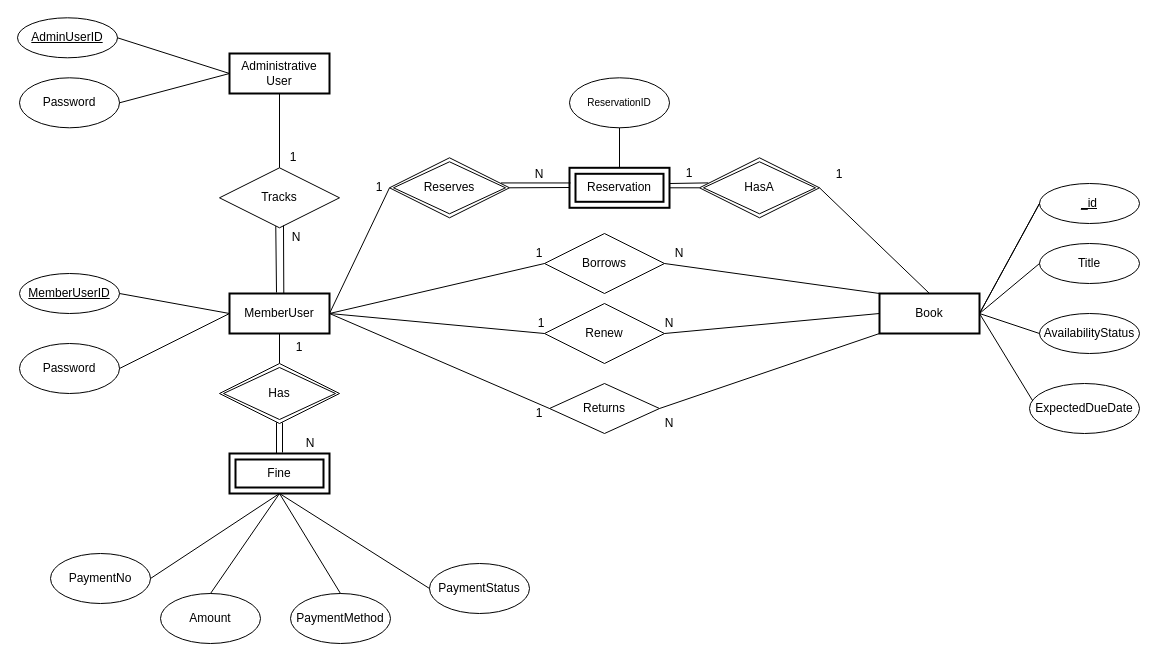
This is page "page3 (edited)" (2 of 5) of Untitled Diagram.drawio from kevinmingtarja/bt2102-ILS, a draw.io file, before an edit. Source tidied: cells renumbered, new cells numbered last; positions are measured from the earlier drawing's top-left corner, leaving out a move shared by most shapes. Both pictures are drawn from the tidied source at 100%, with x=0, y=0 at pixel (17, 17).
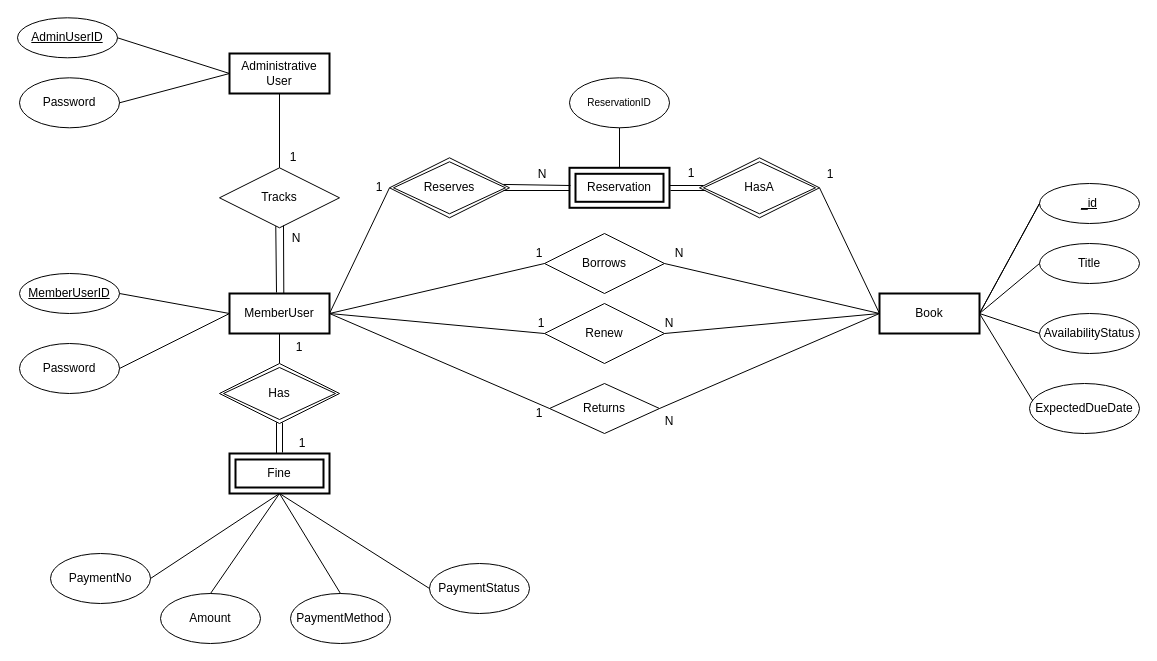
After the change.

The change refers to these unchanged cells:
```xml
<mxCell id="3" value="Book" style="whiteSpace=wrap;html=1;align=center;strokeWidth=2;" parent="1" vertex="1">
  <mxGeometry x="862" y="276" width="100" height="40" as="geometry" />
</mxCell>
<mxCell id="4" value="Borrows" style="shape=rhombus;perimeter=rhombusPerimeter;whiteSpace=wrap;html=1;align=center;" parent="1" vertex="1">
  <mxGeometry x="527" y="216" width="120" height="60" as="geometry" />
</mxCell>
<mxCell id="41" value="Reservation" style="shape=ext;margin=3;double=1;whiteSpace=wrap;html=1;align=center;strokeWidth=2;" parent="1" vertex="1">
  <mxGeometry x="552" y="150.3" width="100" height="40" as="geometry" />
</mxCell>
<mxCell id="45" value="Reserves" style="shape=rhombus;double=1;perimeter=rhombusPerimeter;whiteSpace=wrap;html=1;align=center;" parent="1" vertex="1">
  <mxGeometry x="372" y="140.3" width="120" height="60" as="geometry" />
</mxCell>
<mxCell id="46" value="HasA" style="shape=rhombus;double=1;perimeter=rhombusPerimeter;whiteSpace=wrap;html=1;align=center;" parent="1" vertex="1">
  <mxGeometry x="682" y="140.3" width="120" height="60" as="geometry" />
</mxCell>
```

Change to the diagram source:
```diff
@@
-    <mxCell id="32" style="endArrow=none;html=1;rounded=0;exitX=0;exitY=1;exitDx=0;exitDy=0;" parent="1" edge="1" source="3">
+    <mxCell id="32" style="endArrow=none;html=1;rounded=0;exitX=0;exitY=0.5;exitDx=0;exitDy=0;" parent="1" edge="1" source="3">
       <mxGeometry relative="1" as="geometry">
         <mxPoint x="642" y="391" as="targetPoint" />
       </mxGeometry>
     </mxCell>
@@
-    <mxCell id="48" style="endArrow=none;html=1;rounded=0;exitX=0.011;exitY=0.379;exitDx=0;exitDy=0;entryX=0.929;entryY=0.419;entryDx=0;entryDy=0;exitPerimeter=0;entryPerimeter=0;" parent="1" edge="1" source="41" target="45">
-      <mxGeometry relative="1" as="geometry" />
+    <mxCell id="48" style="endArrow=none;html=1;rounded=0;entryX=0.95;entryY=0.444;entryDx=0;entryDy=0;entryPerimeter=0;" parent="1" edge="1" target="45">
+      <mxGeometry relative="1" as="geometry">
+        <mxPoint x="553" y="168" as="sourcePoint" />
+      </mxGeometry>
     </mxCell>
-    <mxCell id="49" style="endArrow=none;html=1;rounded=0;exitX=1;exitY=0.5;exitDx=0;exitDy=0;" parent="1" edge="1" source="41" target="46">
-      <mxGeometry relative="1" as="geometry" />
+    <mxCell id="49" style="endArrow=none;html=1;rounded=0;" parent="1" edge="1">
+      <mxGeometry relative="1" as="geometry">
+        <mxPoint x="653" y="173" as="sourcePoint" />
+        <mxPoint x="688" y="173" as="targetPoint" />
+      </mxGeometry>
     </mxCell>
-    <mxCell id="50" style="endArrow=none;html=1;rounded=0;exitX=1;exitY=0.5;exitDx=0;exitDy=0;entryX=0.5;entryY=0;entryDx=0;entryDy=0;" parent="1" edge="1" source="46" target="3">
-      <mxGeometry relative="1" as="geometry" />
+    <mxCell id="50" style="endArrow=none;html=1;rounded=0;exitX=1;exitY=0.5;exitDx=0;exitDy=0;" parent="1" edge="1" source="46">
+      <mxGeometry relative="1" as="geometry">
+        <mxPoint x="862" y="296" as="targetPoint" />
+      </mxGeometry>
     </mxCell>
@@
     <mxCell id="55" value="N" style="text;html=1;strokeColor=none;fillColor=none;align=center;verticalAlign=middle;whiteSpace=wrap;rounded=0;" parent="1" vertex="1">
-      <mxGeometry x="259" y="210.3" width="40" height="20" as="geometry" />
+      <mxGeometry x="259" y="211.3" width="40" height="20" as="geometry" />
     </mxCell>
@@
     <mxCell id="58" value="N" style="text;html=1;strokeColor=none;fillColor=none;align=center;verticalAlign=middle;whiteSpace=wrap;rounded=0;" parent="1" vertex="1">
-      <mxGeometry x="502" y="147" width="40" height="20" as="geometry" />
+      <mxGeometry x="505" y="147" width="40" height="20" as="geometry" />
     </mxCell>
-    <mxCell id="59" value="N" style="text;html=1;strokeColor=none;fillColor=none;align=center;verticalAlign=middle;whiteSpace=wrap;rounded=0;" parent="1" vertex="1">
-      <mxGeometry x="273" y="416" width="40" height="20" as="geometry" />
+    <mxCell id="59" value="1" style="text;html=1;strokeColor=none;fillColor=none;align=center;verticalAlign=middle;whiteSpace=wrap;rounded=0;" parent="1" vertex="1">
+      <mxGeometry x="265" y="416" width="40" height="20" as="geometry" />
     </mxCell>
@@
     <mxCell id="63" value="N" style="text;html=1;strokeColor=none;fillColor=none;align=center;verticalAlign=middle;whiteSpace=wrap;rounded=0;" parent="1" vertex="1">
-      <mxGeometry x="632" y="386" width="40" height="40" as="geometry" />
+      <mxGeometry x="632" y="384" width="40" height="40" as="geometry" />
     </mxCell>
@@
     <mxCell id="65" value="1" style="text;html=1;strokeColor=none;fillColor=none;align=center;verticalAlign=middle;whiteSpace=wrap;rounded=0;" parent="1" vertex="1">
-      <mxGeometry x="652" y="146" width="40" height="20" as="geometry" />
+      <mxGeometry x="654" y="146" width="40" height="20" as="geometry" />
     </mxCell>
     <mxCell id="66" value="1" style="text;html=1;strokeColor=none;fillColor=none;align=center;verticalAlign=middle;whiteSpace=wrap;rounded=0;" parent="1" vertex="1">
-      <mxGeometry x="802" y="147" width="40" height="20" as="geometry" />
+      <mxGeometry x="793" y="147" width="40" height="20" as="geometry" />
     </mxCell>
@@
-    <mxCell id="69" style="endArrow=none;html=1;rounded=0;entryX=1;entryY=0.5;entryDx=0;entryDy=0;exitX=0;exitY=0;exitDx=0;exitDy=0;" parent="1" edge="1" source="3" target="4">
+    <mxCell id="69" style="endArrow=none;html=1;rounded=0;entryX=1;entryY=0.5;entryDx=0;entryDy=0;exitX=0;exitY=0.5;exitDx=0;exitDy=0;" parent="1" edge="1" source="3" target="4">
       <mxGeometry relative="1" as="geometry" />
     </mxCell>
-    <mxCell id="70" style="endArrow=none;html=1;rounded=0;entryX=1;entryY=0.5;entryDx=0;entryDy=0;" parent="1" edge="1" target="45">
+    <mxCell id="70" style="endArrow=none;html=1;rounded=0;" parent="1" edge="1">
       <mxGeometry relative="1" as="geometry">
-        <mxPoint x="552" y="170" as="sourcePoint" />
+        <mxPoint x="552" y="173" as="sourcePoint" />
+        <mxPoint x="486" y="173" as="targetPoint" />
       </mxGeometry>
     </mxCell>
-    <mxCell id="71" style="endArrow=none;html=1;rounded=0;exitX=1;exitY=0.5;exitDx=0;exitDy=0;entryX=0.073;entryY=0.418;entryDx=0;entryDy=0;entryPerimeter=0;" parent="1" edge="1" target="46">
+    <mxCell id="71" style="endArrow=none;html=1;rounded=0;" parent="1" edge="1">
       <mxGeometry relative="1" as="geometry">
-        <mxPoint x="652" y="166" as="sourcePoint" />
+        <mxPoint x="652" y="168" as="sourcePoint" />
+        <mxPoint x="686" y="168" as="targetPoint" />
       </mxGeometry>
     </mxCell>
```
